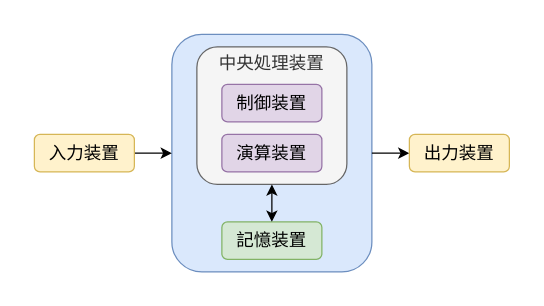
Above: page "von" (3 of 4) of logo.drawio in zi-ang-liu/jb-cs101 (draw.io), before the change. Source tidied: cells renumbered, new cells numbered last; positions are measured from the earlier drawing's top-left corner, leaving out a move shared by most shapes. Both pictures are drawn from the tidied source at 125%, with x=0, y=0 at pixel (34, 34).
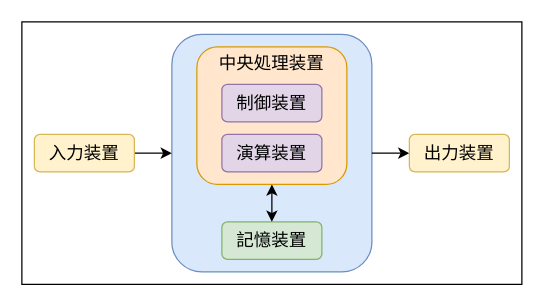
The same page after the edit.

What changed in the source:
```diff
@@
 <mxGraphModel>
   <root>
     <mxCell id="0" />
     <mxCell id="1" parent="0" />
+    <mxCell id="13" style="group;" parent="1" vertex="1">
+      <mxGeometry x="-10" y="-10" width="400" height="210" as="geometry" />
+    </mxCell>
+    <mxCell id="14" style="rounded=0;whiteSpace=wrap;html=1;" parent="13" vertex="1">
+      <mxGeometry width="400" height="210" as="geometry" />
+    </mxCell>
-    <mxCell id="2" style="group;" parent="1" vertex="1">
-      <mxGeometry width="380" height="190" as="geometry" />
+    <mxCell id="2" style="group;" parent="13" vertex="1">
+      <mxGeometry x="10" y="10" width="380" height="190" as="geometry" />
     </mxCell>
     <mxCell id="3" style="rounded=1;whiteSpace=wrap;html=1;fillColor=#dae8fc;strokeColor=#6c8ebf;" parent="2" vertex="1">
       <mxGeometry x="110" width="160" height="190" as="geometry" />
     </mxCell>
     <mxCell id="4" style="edgeStyle=orthogonalEdgeStyle;rounded=0;jettySize=auto;html=1;exitX=1;exitY=0.5;exitDx=0;exitDy=0;" parent="2" edge="1" source="3" target="9">
       <mxGeometry relative="1" as="geometry" />
     </mxCell>
-    <mxCell id="5" value="&lt;font face=&quot;Noto Sans JP&quot;&gt;中央処理装置&lt;/font&gt;&lt;div&gt;&lt;font face=&quot;Noto Sans JP&quot;&gt;&lt;br&gt;&lt;/font&gt;&lt;/div&gt;&lt;div&gt;&lt;font face=&quot;Noto Sans JP&quot;&gt;&lt;br&gt;&lt;/font&gt;&lt;/div&gt;&lt;div&gt;&lt;br&gt;&lt;/div&gt;&lt;div&gt;&lt;br&gt;&lt;/div&gt;&lt;div&gt;&lt;br&gt;&lt;/div&gt;" style="rounded=1;whiteSpace=wrap;html=1;fontSize=14;labelPosition=center;verticalLabelPosition=middle;align=center;verticalAlign=middle;fillColor=#f5f5f5;strokeColor=#666666;fontColor=#333333;" parent="2" vertex="1">
+    <mxCell id="5" value="&lt;font face=&quot;Noto Sans JP&quot;&gt;中央処理装置&lt;/font&gt;&lt;div&gt;&lt;font face=&quot;Noto Sans JP&quot;&gt;&lt;br&gt;&lt;/font&gt;&lt;/div&gt;&lt;div&gt;&lt;font face=&quot;Noto Sans JP&quot;&gt;&lt;br&gt;&lt;/font&gt;&lt;/div&gt;&lt;div&gt;&lt;br&gt;&lt;/div&gt;&lt;div&gt;&lt;br&gt;&lt;/div&gt;&lt;div&gt;&lt;br&gt;&lt;/div&gt;" style="rounded=1;whiteSpace=wrap;html=1;fontSize=14;labelPosition=center;verticalLabelPosition=middle;align=center;verticalAlign=middle;fillColor=#ffe6cc;strokeColor=#d79b00;" parent="2" vertex="1">
       <mxGeometry x="130" y="10" width="120" height="110" as="geometry" />
     </mxCell>
     <mxCell id="6" value="&lt;font face=&quot;Noto Sans JP&quot;&gt;演算装置&lt;/font&gt;" style="rounded=1;whiteSpace=wrap;html=1;fontFamily=Noto Serif JP;fontSize=14;fillColor=#e1d5e7;strokeColor=#9673a6;" parent="2" vertex="1">
       <mxGeometry x="150" y="80" width="80" height="30" as="geometry" />
     </mxCell>
     <mxCell id="7" style="edgeStyle=orthogonalEdgeStyle;rounded=0;jettySize=auto;html=1;exitX=1;exitY=0.5;exitDx=0;exitDy=0;entryX=0;entryY=0.5;entryDx=0;entryDy=0;" parent="2" edge="1" source="8" target="3">
       <mxGeometry relative="1" as="geometry" />
     </mxCell>
     <mxCell id="8" value="&lt;font face=&quot;Noto Sans JP&quot;&gt;入力装置&lt;/font&gt;" style="rounded=1;whiteSpace=wrap;html=1;fontFamily=Noto Serif JP;fontSize=14;fillColor=#fff2cc;strokeColor=#d6b656;" parent="2" vertex="1">
       <mxGeometry y="80" width="80" height="30" as="geometry" />
     </mxCell>
     <mxCell id="9" value="&lt;font face=&quot;Noto Sans JP&quot;&gt;出力装置&lt;/font&gt;" style="rounded=1;whiteSpace=wrap;html=1;fontFamily=Noto Serif JP;fontSize=14;fillColor=#fff2cc;strokeColor=#d6b656;" parent="2" vertex="1">
       <mxGeometry x="300" y="80" width="80" height="30" as="geometry" />
     </mxCell>
     <mxCell id="10" value="&lt;font face=&quot;Noto Sans JP&quot;&gt;制御装置&lt;/font&gt;" style="rounded=1;whiteSpace=wrap;html=1;fontFamily=Noto Serif JP;fontSize=14;fillColor=#e1d5e7;strokeColor=#9673a6;" parent="2" vertex="1">
       <mxGeometry x="150" y="40" width="80" height="30" as="geometry" />
     </mxCell>
     <mxCell id="11" value="&lt;font face=&quot;Noto Sans JP&quot;&gt;記憶装置&lt;/font&gt;" style="rounded=1;whiteSpace=wrap;html=1;fontFamily=Noto Serif JP;fontSize=14;fillColor=#d5e8d4;strokeColor=#82b366;" parent="2" vertex="1">
       <mxGeometry x="150" y="150" width="80" height="30" as="geometry" />
     </mxCell>
     <mxCell id="12" style="endArrow=classic;startArrow=classic;html=1;rounded=0;entryX=0.5;entryY=1;entryDx=0;entryDy=0;exitX=0.5;exitY=0;exitDx=0;exitDy=0;" parent="2" edge="1" source="11" target="5">
       <mxGeometry relative="1" as="geometry" />
     </mxCell>
   </root>
 </mxGraphModel>
```
